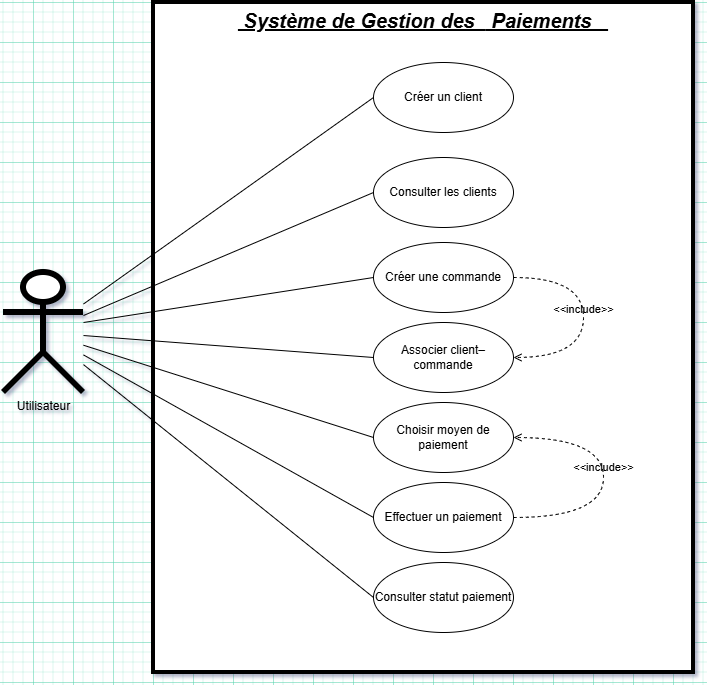
The draw.io diagram Diagramme sans nom.drawio.png in AyoubKhaoua/-Syst-me-de-Paiement-Orient-Objet, before a commit. Source tidied: cells renumbered, new cells last; positions are measured from the earlier drawing's top-left corner, leaving out a move shared by most shapes.
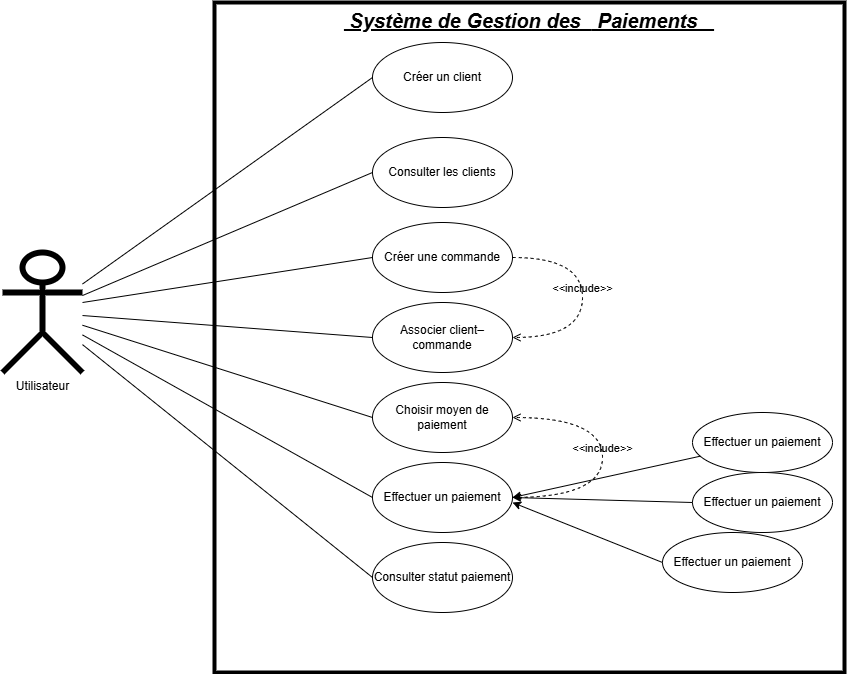
Later version of the same file.

Commit message:
Mettre à jour Diagramme sans nom.drawio.png

Change to the diagram source:
```diff
@@ -3,7 +3,7 @@
     <mxCell id="0" />
     <mxCell id="1" parent="0" />
     <mxCell id="2" value="&lt;div&gt;&lt;font style=&quot;font-size: 20px;&quot;&gt;&lt;i&gt;&lt;u&gt;&amp;nbsp;Système de Gestion des&amp;nbsp; &lt;span style=&quot;background-color: transparent; color: light-dark(rgb(0, 0, 0), rgb(255, 255, 255));&quot;&gt;&amp;nbsp;Paiements&amp;nbsp; &amp;nbsp;&lt;/span&gt;&lt;/u&gt;&lt;/i&gt;&lt;/font&gt;&lt;/div&gt;" style="shape=rect;html=1;verticalAlign=top;fontStyle=1;whiteSpace=wrap;align=center;strokeWidth=4;" parent="1" vertex="1">
-      <mxGeometry x="150" width="540" height="670" as="geometry" />
+      <mxGeometry x="212" y="20" width="630" height="670" as="geometry" />
     </mxCell>
     <mxCell id="3" value="Utilisateur" style="shape=umlActor;html=1;verticalLabelPosition=bottom;verticalAlign=top;align=center;strokeWidth=6;" parent="1" vertex="1">
       <mxGeometry y="270" width="80" height="120" as="geometry" />
@@ -68,5 +68,25 @@
         </Array>
       </mxGeometry>
     </mxCell>
+    <mxCell id="20" value="Effectuer un paiement" style="ellipse;whiteSpace=wrap;html=1;" parent="1" vertex="1">
+      <mxGeometry x="660" y="550" width="140" height="60" as="geometry" />
+    </mxCell>
+    <mxCell id="21" value="Effectuer un paiement" style="ellipse;whiteSpace=wrap;html=1;" parent="1" vertex="1">
+      <mxGeometry x="690" y="430" width="140" height="60" as="geometry" />
+    </mxCell>
+    <mxCell id="22" value="Effectuer un paiement" style="ellipse;whiteSpace=wrap;html=1;" parent="1" vertex="1">
+      <mxGeometry x="690" y="490" width="140" height="60" as="geometry" />
+    </mxCell>
+    <mxCell id="23" style="endArrow=classic;html=1;rounded=0;entryX=1;entryY=0.5;entryDx=0;entryDy=0;" parent="1" edge="1" source="21" target="9">
+      <mxGeometry relative="1" as="geometry" />
+    </mxCell>
+    <mxCell id="24" style="endArrow=classic;html=1;rounded=0;entryX=1;entryY=0.5;entryDx=0;entryDy=0;exitX=0;exitY=0.5;exitDx=0;exitDy=0;" parent="1" edge="1" source="22" target="9">
+      <mxGeometry relative="1" as="geometry" />
+    </mxCell>
+    <mxCell id="25" style="endArrow=classic;html=1;rounded=0;exitX=0;exitY=0.5;exitDx=0;exitDy=0;" parent="1" edge="1" source="20">
+      <mxGeometry relative="1" as="geometry">
+        <mxPoint x="510" y="520" as="targetPoint" />
+      </mxGeometry>
+    </mxCell>
   </root>
 </mxGraphModel>
```
